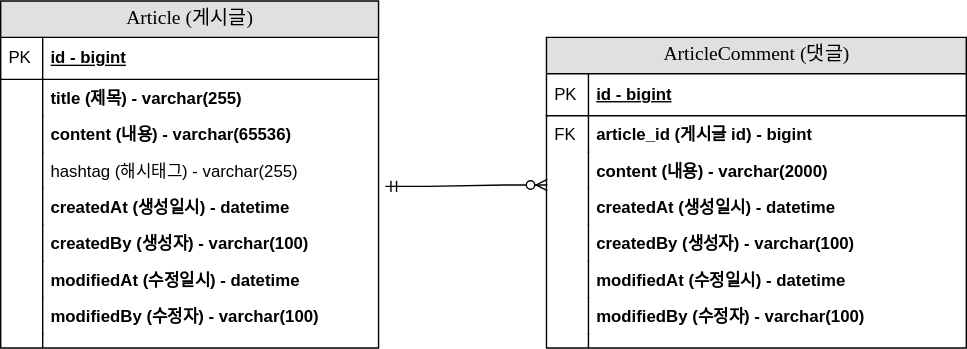
Earlier version of the draw.io export document/project-board-erd.svg (JONGBEOMCHO/fastcampus-project-board). Source tidied: cells renumbered, new cells last; positions are measured from the earlier drawing's top-left corner, leaving out a move shared by most shapes. Its diagram source:
```xml
<mxGraphModel>
  <root>
    <mxCell id="0" />
    <mxCell id="1" parent="0" />
    <mxCell id="2" value="Article (게시글)" style="swimlane;html=1;fontStyle=0;horizontal=1;startSize=26;fillColor=#e0e0e0;swimlaneFillColor=#ffffff;align=center;rounded=0;shadow=0;comic=0;labelBackgroundColor=none;strokeWidth=1;fontFamily=Verdana;fontSize=14;" parent="1" vertex="1">
      <mxGeometry width="270" height="248" as="geometry" />
    </mxCell>
    <mxCell id="3" value="id - bigint" style="shape=partialRectangle;top=0;left=0;right=0;bottom=1;html=1;align=left;verticalAlign=middle;fillColor=none;spacingLeft=34;spacingRight=4;whiteSpace=wrap;overflow=hidden;fontStyle=5;" parent="2" vertex="1">
      <mxGeometry y="26" width="270" height="30" as="geometry" />
    </mxCell>
    <mxCell id="4" value="PK" style="shape=partialRectangle;top=0;left=0;bottom=0;html=1;fillColor=none;align=left;verticalAlign=middle;spacingLeft=4;spacingRight=4;whiteSpace=wrap;overflow=hidden;" parent="3" vertex="1">
      <mxGeometry width="30" height="30" as="geometry" />
    </mxCell>
    <mxCell id="5" value="title (제목) - varchar(255)" style="shape=partialRectangle;top=0;left=0;right=0;bottom=0;html=1;align=left;verticalAlign=top;fillColor=none;spacingLeft=34;spacingRight=4;whiteSpace=wrap;overflow=hidden;fontStyle=1;" parent="2" vertex="1">
      <mxGeometry y="56" width="270" height="26" as="geometry" />
    </mxCell>
    <mxCell id="6" style="shape=partialRectangle;top=0;left=0;bottom=0;html=1;fillColor=none;align=left;verticalAlign=top;spacingLeft=4;spacingRight=4;whiteSpace=wrap;overflow=hidden;" parent="5" vertex="1">
      <mxGeometry width="30" height="26" as="geometry" />
    </mxCell>
    <mxCell id="7" value="content (내용) - varchar(65536)" style="shape=partialRectangle;top=0;left=0;right=0;bottom=0;html=1;align=left;verticalAlign=top;fillColor=none;spacingLeft=34;spacingRight=4;whiteSpace=wrap;overflow=hidden;fontStyle=1;" parent="2" vertex="1">
      <mxGeometry y="82" width="270" height="26" as="geometry" />
    </mxCell>
    <mxCell id="8" style="shape=partialRectangle;top=0;left=0;bottom=0;html=1;fillColor=none;align=left;verticalAlign=top;spacingLeft=4;spacingRight=4;whiteSpace=wrap;overflow=hidden;" parent="7" vertex="1">
      <mxGeometry width="30" height="26" as="geometry" />
    </mxCell>
    <mxCell id="9" value="hashtag (해시태그) - varchar(255)" style="shape=partialRectangle;top=0;left=0;right=0;bottom=0;html=1;align=left;verticalAlign=top;fillColor=none;spacingLeft=34;spacingRight=4;whiteSpace=wrap;overflow=hidden;points=[[0,0.5],[1,0.5]];portConstraint=eastwest;" parent="2" vertex="1">
      <mxGeometry y="108" width="270" height="26" as="geometry" />
    </mxCell>
    <mxCell id="10" style="shape=partialRectangle;top=0;left=0;bottom=0;html=1;fillColor=none;align=left;verticalAlign=top;spacingLeft=4;spacingRight=4;whiteSpace=wrap;overflow=hidden;" parent="9" vertex="1">
      <mxGeometry width="30" height="26" as="geometry" />
    </mxCell>
    <mxCell id="11" value="createdAt (생성일시) - datetime" style="shape=partialRectangle;top=0;left=0;right=0;bottom=0;html=1;align=left;verticalAlign=top;fillColor=none;spacingLeft=34;spacingRight=4;whiteSpace=wrap;overflow=hidden;fontStyle=1;" parent="2" vertex="1">
      <mxGeometry y="134" width="270" height="26" as="geometry" />
    </mxCell>
    <mxCell id="12" style="shape=partialRectangle;top=0;left=0;bottom=0;html=1;fillColor=none;align=left;verticalAlign=top;spacingLeft=4;spacingRight=4;whiteSpace=wrap;overflow=hidden;" parent="11" vertex="1">
      <mxGeometry width="30" height="26" as="geometry" />
    </mxCell>
    <mxCell id="13" value="createdBy (생성자) - varchar(100)" style="shape=partialRectangle;top=0;left=0;right=0;bottom=0;html=1;align=left;verticalAlign=top;fillColor=none;spacingLeft=34;spacingRight=4;whiteSpace=wrap;overflow=hidden;fontStyle=1;" parent="2" vertex="1">
      <mxGeometry y="160" width="270" height="26" as="geometry" />
    </mxCell>
    <mxCell id="14" style="shape=partialRectangle;top=0;left=0;bottom=0;html=1;fillColor=none;align=left;verticalAlign=top;spacingLeft=4;spacingRight=4;whiteSpace=wrap;overflow=hidden;" parent="13" vertex="1">
      <mxGeometry width="30" height="26" as="geometry" />
    </mxCell>
    <mxCell id="15" value="modifiedAt (수정일시) - datetime" style="shape=partialRectangle;top=0;left=0;right=0;bottom=0;html=1;align=left;verticalAlign=top;fillColor=none;spacingLeft=34;spacingRight=4;whiteSpace=wrap;overflow=hidden;fontStyle=1;" parent="2" vertex="1">
      <mxGeometry y="186" width="270" height="26" as="geometry" />
    </mxCell>
    <mxCell id="16" style="shape=partialRectangle;top=0;left=0;bottom=0;html=1;fillColor=none;align=left;verticalAlign=top;spacingLeft=4;spacingRight=4;whiteSpace=wrap;overflow=hidden;" parent="15" vertex="1">
      <mxGeometry width="30" height="26" as="geometry" />
    </mxCell>
    <mxCell id="17" value="modifiedBy (수정자) - varchar(100)" style="shape=partialRectangle;top=0;left=0;right=0;bottom=0;html=1;align=left;verticalAlign=top;fillColor=none;spacingLeft=34;spacingRight=4;whiteSpace=wrap;overflow=hidden;fontStyle=1;" parent="2" vertex="1">
      <mxGeometry y="212" width="270" height="26" as="geometry" />
    </mxCell>
    <mxCell id="18" style="shape=partialRectangle;top=0;left=0;bottom=0;html=1;fillColor=none;align=left;verticalAlign=top;spacingLeft=4;spacingRight=4;whiteSpace=wrap;overflow=hidden;" parent="17" vertex="1">
      <mxGeometry width="30" height="26" as="geometry" />
    </mxCell>
    <mxCell id="19" style="shape=partialRectangle;top=0;left=0;right=0;bottom=0;html=1;align=left;verticalAlign=top;fillColor=none;spacingLeft=34;spacingRight=4;whiteSpace=wrap;overflow=hidden;" parent="2" vertex="1">
      <mxGeometry y="238" width="270" height="10" as="geometry" />
    </mxCell>
    <mxCell id="20" style="shape=partialRectangle;top=0;left=0;bottom=0;html=1;fillColor=none;align=left;verticalAlign=top;spacingLeft=4;spacingRight=4;whiteSpace=wrap;overflow=hidden;" parent="19" vertex="1">
      <mxGeometry width="30" height="10" as="geometry" />
    </mxCell>
    <mxCell id="21" value="ArticleComment (댓글)" style="swimlane;html=1;fontStyle=0;horizontal=1;startSize=26;fillColor=#e0e0e0;swimlaneFillColor=#ffffff;align=center;rounded=0;shadow=0;comic=0;labelBackgroundColor=none;strokeWidth=1;fontFamily=Verdana;fontSize=14;" parent="1" vertex="1">
      <mxGeometry x="390" y="26" width="300" height="222" as="geometry" />
    </mxCell>
    <mxCell id="22" value="id - bigint" style="shape=partialRectangle;top=0;left=0;right=0;bottom=1;html=1;align=left;verticalAlign=middle;fillColor=none;spacingLeft=34;spacingRight=4;whiteSpace=wrap;overflow=hidden;fontStyle=5;" parent="21" vertex="1">
      <mxGeometry y="26" width="300" height="30" as="geometry" />
    </mxCell>
    <mxCell id="23" value="PK" style="shape=partialRectangle;top=0;left=0;bottom=0;html=1;fillColor=none;align=left;verticalAlign=middle;spacingLeft=4;spacingRight=4;whiteSpace=wrap;overflow=hidden;" parent="22" vertex="1">
      <mxGeometry width="30" height="30" as="geometry" />
    </mxCell>
    <mxCell id="24" value="article_id (게시글 id) - bigint" style="shape=partialRectangle;top=0;left=0;right=0;bottom=0;html=1;align=left;verticalAlign=top;fillColor=none;spacingLeft=34;spacingRight=4;whiteSpace=wrap;overflow=hidden;fontStyle=1;" parent="21" vertex="1">
      <mxGeometry y="56" width="300" height="26" as="geometry" />
    </mxCell>
    <mxCell id="25" value="FK" style="shape=partialRectangle;top=0;left=0;bottom=0;html=1;fillColor=none;align=left;verticalAlign=top;spacingLeft=4;spacingRight=4;whiteSpace=wrap;overflow=hidden;" parent="24" vertex="1">
      <mxGeometry width="30" height="26" as="geometry" />
    </mxCell>
    <mxCell id="26" value="content (내용) - varchar(2000)" style="shape=partialRectangle;top=0;left=0;right=0;bottom=0;html=1;align=left;verticalAlign=top;fillColor=none;spacingLeft=34;spacingRight=4;whiteSpace=wrap;overflow=hidden;fontStyle=1;" parent="21" vertex="1">
      <mxGeometry y="82" width="300" height="26" as="geometry" />
    </mxCell>
    <mxCell id="27" style="shape=partialRectangle;top=0;left=0;bottom=0;html=1;fillColor=none;align=left;verticalAlign=top;spacingLeft=4;spacingRight=4;whiteSpace=wrap;overflow=hidden;" parent="26" vertex="1">
      <mxGeometry width="30" height="26" as="geometry" />
    </mxCell>
    <mxCell id="28" value="createdAt (생성일시) - datetime" style="shape=partialRectangle;top=0;left=0;right=0;bottom=0;html=1;align=left;verticalAlign=top;fillColor=none;spacingLeft=34;spacingRight=4;whiteSpace=wrap;overflow=hidden;points=[[0,0.5],[1,0.5]];portConstraint=eastwest;fontStyle=1;" parent="21" vertex="1">
      <mxGeometry y="108" width="300" height="26" as="geometry" />
    </mxCell>
    <mxCell id="29" style="shape=partialRectangle;top=0;left=0;bottom=0;html=1;fillColor=none;align=left;verticalAlign=top;spacingLeft=4;spacingRight=4;whiteSpace=wrap;overflow=hidden;" parent="28" vertex="1">
      <mxGeometry width="30" height="26" as="geometry" />
    </mxCell>
    <mxCell id="30" value="createdBy (생성자) - varchar(100)" style="shape=partialRectangle;top=0;left=0;right=0;bottom=0;html=1;align=left;verticalAlign=top;fillColor=none;spacingLeft=34;spacingRight=4;whiteSpace=wrap;overflow=hidden;fontStyle=1;" parent="21" vertex="1">
      <mxGeometry y="134" width="300" height="26" as="geometry" />
    </mxCell>
    <mxCell id="31" style="shape=partialRectangle;top=0;left=0;bottom=0;html=1;fillColor=none;align=left;verticalAlign=top;spacingLeft=4;spacingRight=4;whiteSpace=wrap;overflow=hidden;" parent="30" vertex="1">
      <mxGeometry width="30" height="26" as="geometry" />
    </mxCell>
    <mxCell id="32" value="modifiedAt (수정일시) - datetime" style="shape=partialRectangle;top=0;left=0;right=0;bottom=0;html=1;align=left;verticalAlign=top;fillColor=none;spacingLeft=34;spacingRight=4;whiteSpace=wrap;overflow=hidden;fontStyle=1;" parent="21" vertex="1">
      <mxGeometry y="160" width="300" height="26" as="geometry" />
    </mxCell>
    <mxCell id="33" style="shape=partialRectangle;top=0;left=0;bottom=0;html=1;fillColor=none;align=left;verticalAlign=top;spacingLeft=4;spacingRight=4;whiteSpace=wrap;overflow=hidden;" parent="32" vertex="1">
      <mxGeometry width="30" height="26" as="geometry" />
    </mxCell>
    <mxCell id="34" value="modifiedBy (수정자) - varchar(100)" style="shape=partialRectangle;top=0;left=0;right=0;bottom=0;html=1;align=left;verticalAlign=top;fillColor=none;spacingLeft=34;spacingRight=4;whiteSpace=wrap;overflow=hidden;fontStyle=1;" parent="21" vertex="1">
      <mxGeometry y="186" width="300" height="26" as="geometry" />
    </mxCell>
    <mxCell id="35" style="shape=partialRectangle;top=0;left=0;bottom=0;html=1;fillColor=none;align=left;verticalAlign=top;spacingLeft=4;spacingRight=4;whiteSpace=wrap;overflow=hidden;" parent="34" vertex="1">
      <mxGeometry width="30" height="26" as="geometry" />
    </mxCell>
    <mxCell id="36" style="shape=partialRectangle;top=0;left=0;right=0;bottom=0;html=1;align=left;verticalAlign=top;fillColor=none;spacingLeft=34;spacingRight=4;whiteSpace=wrap;overflow=hidden;" parent="21" vertex="1">
      <mxGeometry y="212" width="300" height="10" as="geometry" />
    </mxCell>
    <mxCell id="37" style="shape=partialRectangle;top=0;left=0;bottom=0;html=1;fillColor=none;align=left;verticalAlign=top;spacingLeft=4;spacingRight=4;whiteSpace=wrap;overflow=hidden;" parent="36" vertex="1">
      <mxGeometry width="30" height="10" as="geometry" />
    </mxCell>
    <mxCell id="38" style="edgeStyle=entityRelationEdgeStyle;fontSize=12;html=1;endArrow=ERzeroToMany;startArrow=ERmandOne;rounded=0;entryX=0.002;entryY=-0.096;entryDx=0;entryDy=0;entryPerimeter=0;exitX=1.018;exitY=0.942;exitDx=0;exitDy=0;exitPerimeter=0;" parent="1" edge="1" source="9" target="28">
      <mxGeometry relative="1" as="geometry" />
    </mxCell>
  </root>
</mxGraphModel>
```
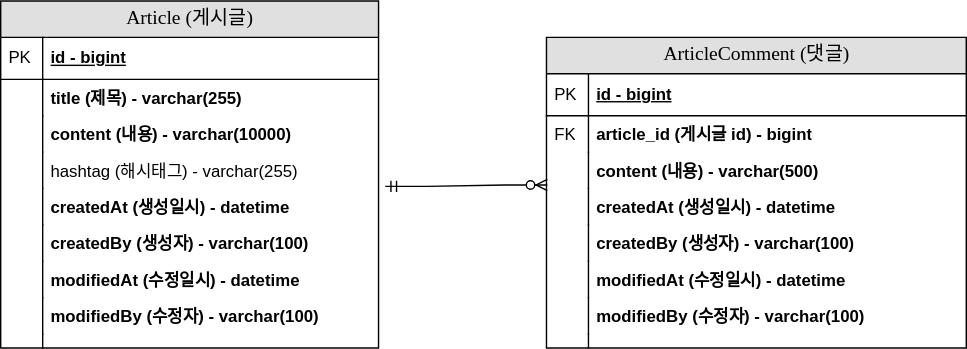
The same diagram one commit later.

Commit message:
#11 - ERD 업데이트 : CONTENT사이즈 변경

What changed in the source:
```diff
@@ -17,7 +17,7 @@
     <mxCell id="6" style="shape=partialRectangle;top=0;left=0;bottom=0;html=1;fillColor=none;align=left;verticalAlign=top;spacingLeft=4;spacingRight=4;whiteSpace=wrap;overflow=hidden;" parent="5" vertex="1">
       <mxGeometry width="30" height="26" as="geometry" />
     </mxCell>
-    <mxCell id="7" value="content (내용) - varchar(65536)" style="shape=partialRectangle;top=0;left=0;right=0;bottom=0;html=1;align=left;verticalAlign=top;fillColor=none;spacingLeft=34;spacingRight=4;whiteSpace=wrap;overflow=hidden;fontStyle=1;" parent="2" vertex="1">
+    <mxCell id="7" value="content (내용) - varchar(10000)" style="shape=partialRectangle;top=0;left=0;right=0;bottom=0;html=1;align=left;verticalAlign=top;fillColor=none;spacingLeft=34;spacingRight=4;whiteSpace=wrap;overflow=hidden;fontStyle=1;" parent="2" vertex="1">
       <mxGeometry y="82" width="270" height="26" as="geometry" />
     </mxCell>
     <mxCell id="8" style="shape=partialRectangle;top=0;left=0;bottom=0;html=1;fillColor=none;align=left;verticalAlign=top;spacingLeft=4;spacingRight=4;whiteSpace=wrap;overflow=hidden;" parent="7" vertex="1">
@@ -74,7 +74,7 @@
     <mxCell id="25" value="FK" style="shape=partialRectangle;top=0;left=0;bottom=0;html=1;fillColor=none;align=left;verticalAlign=top;spacingLeft=4;spacingRight=4;whiteSpace=wrap;overflow=hidden;" parent="24" vertex="1">
       <mxGeometry width="30" height="26" as="geometry" />
     </mxCell>
-    <mxCell id="26" value="content (내용) - varchar(2000)" style="shape=partialRectangle;top=0;left=0;right=0;bottom=0;html=1;align=left;verticalAlign=top;fillColor=none;spacingLeft=34;spacingRight=4;whiteSpace=wrap;overflow=hidden;fontStyle=1;" parent="21" vertex="1">
+    <mxCell id="26" value="content (내용) - varchar(500)" style="shape=partialRectangle;top=0;left=0;right=0;bottom=0;html=1;align=left;verticalAlign=top;fillColor=none;spacingLeft=34;spacingRight=4;whiteSpace=wrap;overflow=hidden;fontStyle=1;" parent="21" vertex="1">
       <mxGeometry y="82" width="300" height="26" as="geometry" />
     </mxCell>
     <mxCell id="27" style="shape=partialRectangle;top=0;left=0;bottom=0;html=1;fillColor=none;align=left;verticalAlign=top;spacingLeft=4;spacingRight=4;whiteSpace=wrap;overflow=hidden;" parent="26" vertex="1">
```
